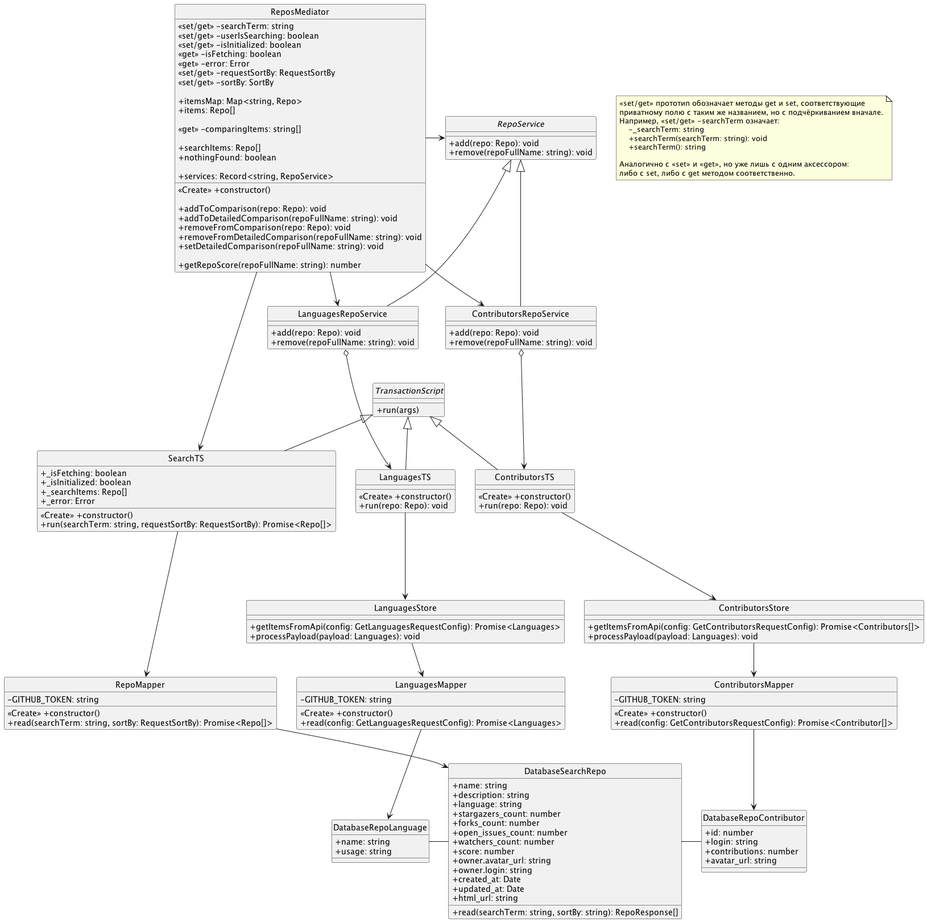
Earlier version of the PlantUML export docs/Classes_diagram.png (RepoAnalyzer/repolier-frontend). Its diagram source:
```plantuml
@startuml
    hide circle
    skinparam classAttributeIconSize 0

    class ReposMediator {
        <<set/get>> -searchTerm: string
        <<set/get>> -userIsSearching: boolean
        <<set/get>> -isInitialized: boolean
        <<get>> -isFetching: boolean
        <<get>> -error: Error
        <<set/get>> -requestSortBy: RequestSortBy
        <<set/get>> -sortBy: SortBy

        +itemsMap: Map<string, Repo>
        +items: Repo[]

        <<get>> -comparingItems: string[]

        +searchItems: Repo[]
        +nothingFound: boolean

        +services: Record<string, RepoService>
        <<Create>> +constructor()

        +addToComparison(repo: Repo): void
        +addToDetailedComparison(repoFullName: string): void
        +removeFromComparison(repo: Repo): void
        +removeFromDetailedComparison(repoFullName: string): void
        +setDetailedComparison(repoFullName: string): void

        +getRepoScore(repoFullName: string): number
    }
    note as N1
        <<set/get>> прототип обозначает методы get и set, соответствующие
        приватному полю с таким же названием, но с подчёркиванием вначале.
        Например, <<set/get>> -searchTerm означает:
            -_searchTerm: string
            +searchTerm(searchTerm: string): void
            +searchTerm(): string

        Аналогично с <<set>> и <<get>>, но уже лишь с одним аксессором:
        либо с set, либо с get методом соответственно.
    end note



    interface TransactionScript {
        +run(args)
    }

    interface RepoService {
        +add(repo: Repo): void
        +remove(repoFullName: string): void
    }
    ReposMediator -> RepoService





    class LanguagesRepoService {
        +add(repo: Repo): void
        +remove(repoFullName: string): void
    }

    RepoService <|-- LanguagesRepoService
    ReposMediator --> LanguagesRepoService

    class SearchTS {
        +_isFetching: boolean
        +_isInitialized: boolean
        +_searchItems: Repo[]
        +_error: Error

        <<Create>> +constructor()
        +run(searchTerm: string, requestSortBy: RequestSortBy): Promise<Repo[]>
    }
    ReposMediator ----> SearchTS
    TransactionScript <|-- SearchTS

    class LanguagesTS {
        <<Create>> +constructor()
        +run(repo: Repo): void
    }
    TransactionScript <|-- LanguagesTS
    LanguagesRepoService o---> LanguagesTS

    class ContributorsRepoService {
        +add(repo: Repo): void
        +remove(repoFullName: string): void
    }
    ReposMediator --> ContributorsRepoService
    RepoService <|-- ContributorsRepoService

    class ContributorsTS {
        <<Create>> +constructor()
        +run(repo: Repo): void
    }
    TransactionScript <|-- ContributorsTS
    ContributorsRepoService o---> ContributorsTS

    class LanguagesStore {
        +getItemsFromApi(config: GetLanguagesRequestConfig): Promise<Languages>
        +processPayload(payload: Languages): void
    }

    LanguagesTS ---> LanguagesStore


    class ContributorsStore {
        +getItemsFromApi(config: GetContributorsRequestConfig): Promise<Contributors[]>
        +processPayload(payload: Languages): void
    }

    ContributorsTS ---> ContributorsStore


    LanguagesStore --> LanguagesMapper
    class LanguagesMapper {
        -GITHUB_TOKEN: string

        <<Create>> +constructor()
        +read(config: GetLanguagesRequestConfig): Promise<Languages>
    }

    SearchTS ---> RepoMapper
    class RepoMapper {
        -GITHUB_TOKEN: string

        <<Create>> +constructor()
        +read(searchTerm: string, sortBy: RequestSortBy): Promise<Repo[]>
    }
    RepoMapper --> DatabaseSearchRepo

    ContributorsStore --> ContributorsMapper
    class ContributorsMapper {
        -GITHUB_TOKEN: string

        <<Create>> +constructor()
        +read(config: GetContributorsRequestConfig): Promise<Contributor[]>
    }
    ContributorsMapper --> DatabaseRepoContributor

    class DatabaseRepoContributor {
        +id: number
        +login: string
        +contributions: number
        +avatar_url: string
    }
    DatabaseRepoContributor -left- DatabaseSearchRepo

    class DatabaseSearchRepo {
        +name: string
        +description: string
        +language: string
        +stargazers_count: number
        +forks_count: number
        +open_issues_count: number
        +watchers_count: number
        +score: number
        +owner.avatar_url: string
        +owner.login: string
        +created_at: Date
        +updated_at: Date
        +html_url: string

        +read(searchTerm: string, sortBy: string): RepoResponse[]
    }

    LanguagesMapper --> DatabaseRepoLanguage
    DatabaseRepoLanguage - DatabaseSearchRepo

    class DatabaseRepoLanguage {
        +name: string
        +usage: string
    }

@enduml
```
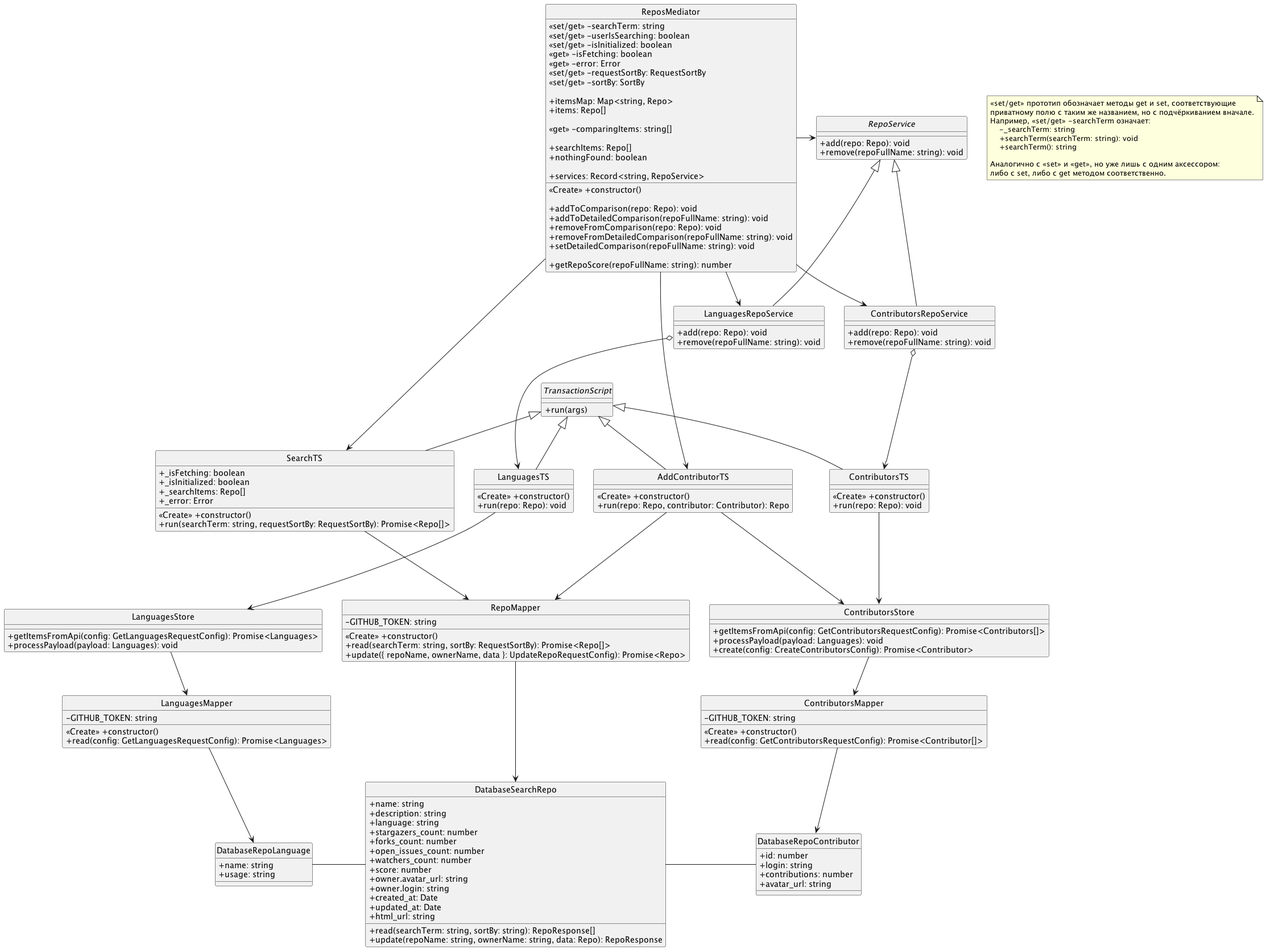
The same diagram one commit later.

Change to the diagram source:
```diff
@@ -97,6 +97,12 @@
         +run(repo: Repo): void
     }
     TransactionScript <|-- ContributorsTS
+    class AddContributorTS {
+        <<Create>> +constructor()
+        +run(repo: Repo, contributor: Contributor): Repo
+    }
+    ReposMediator ----> AddContributorTS
+    TransactionScript <|-- AddContributorTS
     ContributorsRepoService o---> ContributorsTS
 
     class LanguagesStore {
@@ -110,10 +116,12 @@
     class ContributorsStore {
         +getItemsFromApi(config: GetContributorsRequestConfig): Promise<Contributors[]>
         +processPayload(payload: Languages): void
+        +create(config: CreateContributorsConfig): Promise<Contributor>
     }
 
     ContributorsTS ---> ContributorsStore
-
+    AddContributorTS ---> ContributorsStore
+    AddContributorTS ---> RepoMapper
 
     LanguagesStore --> LanguagesMapper
     class LanguagesMapper {
@@ -129,6 +137,7 @@
 
         <<Create>> +constructor()
         +read(searchTerm: string, sortBy: RequestSortBy): Promise<Repo[]>
+        +update({ repoName, ownerName, data }: UpdateRepoRequestConfig): Promise<Repo>
     }
     RepoMapper --> DatabaseSearchRepo
 
@@ -165,6 +174,7 @@
         +html_url: string
 
         +read(searchTerm: string, sortBy: string): RepoResponse[]
+        +update(repoName: string, ownerName: string, data: Repo): RepoResponse
     }
 
     LanguagesMapper --> DatabaseRepoLanguage
```
